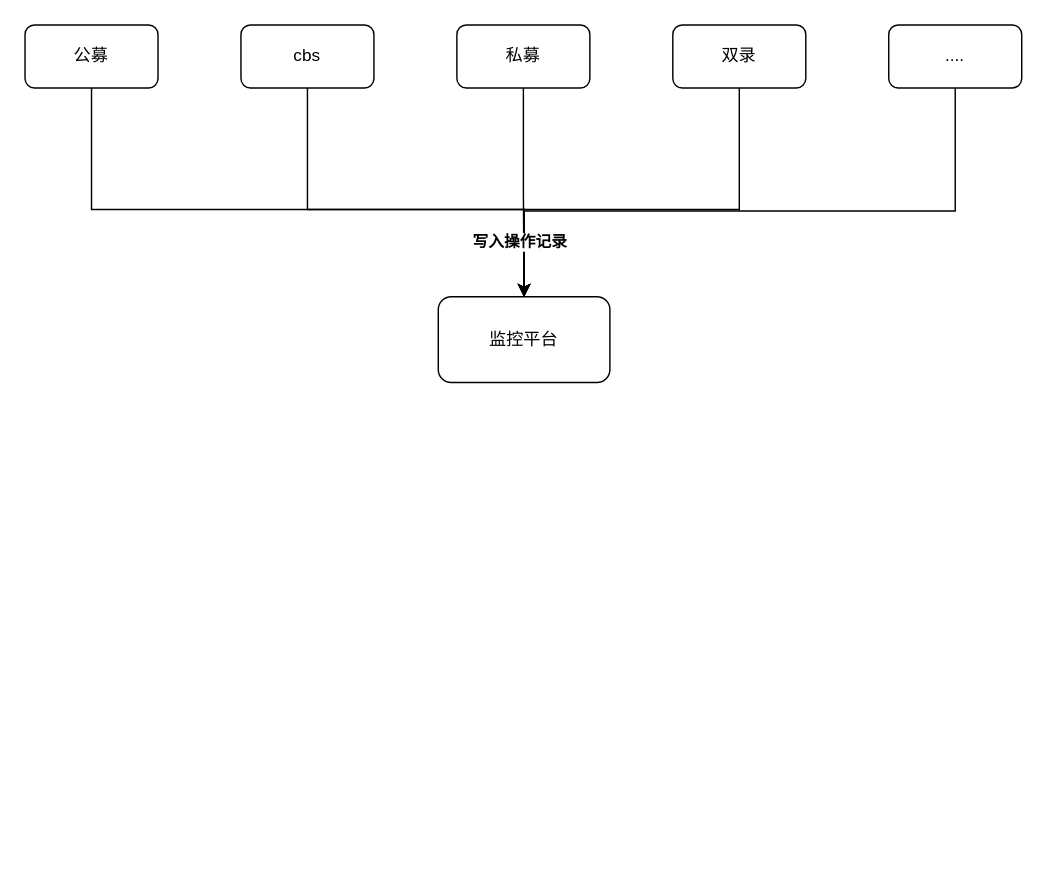
ammengke/my-drawio keeps this draw.io diagram as 云监控平台技术方案.drawio. Above is the earlier version. Source tidied: cells renumbered, new cells numbered last; positions are measured from the earlier drawing's top-left corner, leaving out a move shared by most shapes. Both pictures are drawn from the tidied source at 143%, with x=0, y=0 at pixel (24, 24).
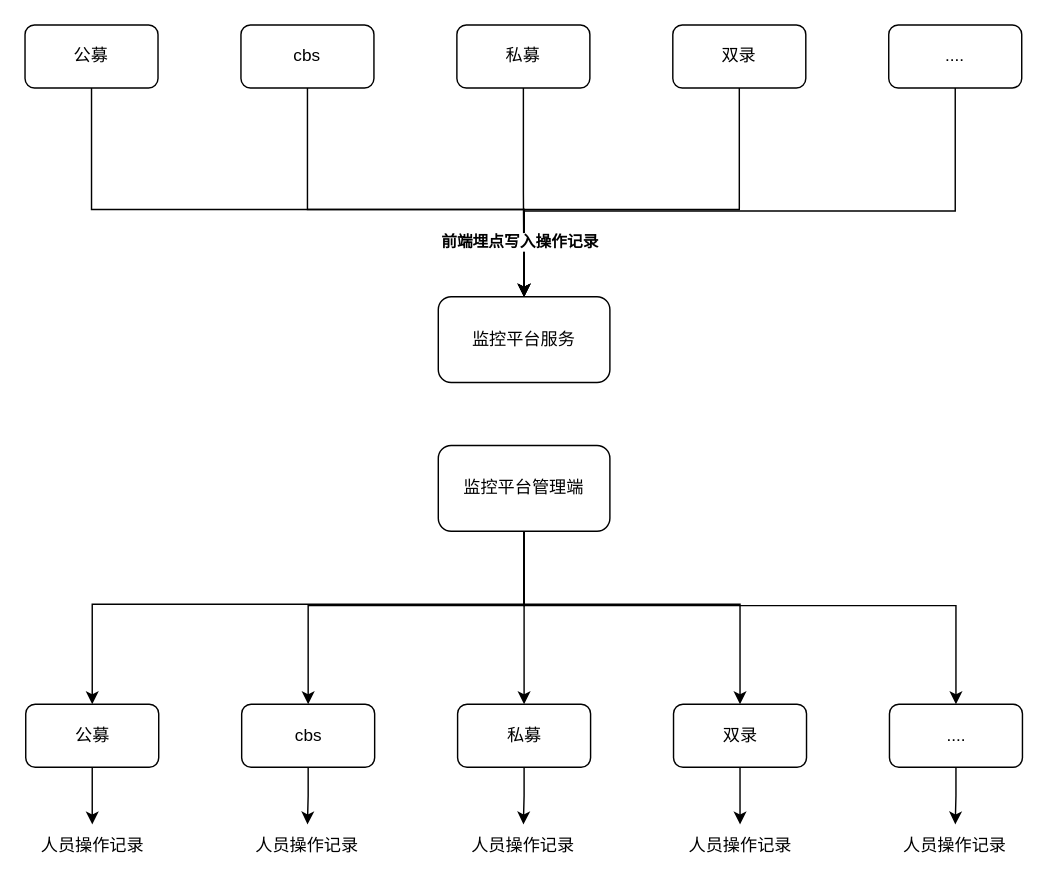
After the change.

Commit message (it also covers changes not shown here):
更新云监控平台技术方案.drawio

Unchanged cells that the change refers to:
```xml
<mxCell id="11" value="...." style="rounded=1;whiteSpace=wrap;html=1;" parent="1" vertex="1">
  <mxGeometry x="604" width="93" height="44" as="geometry" />
</mxCell>
```

The edit, as a diff of the source:
```diff
@@
-    <mxCell id="10" value="写入操作记录" style="edgeStyle=orthogonalEdgeStyle;rounded=0;jettySize=auto;html=1;entryX=0.5;entryY=0;entryDx=0;entryDy=0;fontStyle=1;" parent="1" edge="1" source="11" target="12">
+    <mxCell id="10" value="前端埋点写入操作记录" style="edgeStyle=orthogonalEdgeStyle;rounded=0;jettySize=auto;html=1;entryX=0.5;entryY=0;entryDx=0;entryDy=0;fontStyle=1;" parent="1" edge="1" source="11" target="12">
       <mxGeometry x="0.83" y="-3" relative="1" as="geometry">
         <Array as="points">
           <mxPoint x="651" y="130" />
           <mxPoint x="349" y="130" />
         </Array>
       </mxGeometry>
     </mxCell>
@@
-    <mxCell id="12" value="监控平台" style="rounded=1;whiteSpace=wrap;html=1;" parent="1" vertex="1">
+    <mxCell id="12" value="监控平台服务" style="rounded=1;whiteSpace=wrap;html=1;" parent="1" vertex="1">
       <mxGeometry x="289" y="190" width="120" height="60" as="geometry" />
     </mxCell>
+    <mxCell id="13" style="edgeStyle=orthogonalEdgeStyle;rounded=0;jettySize=auto;html=1;entryX=0.5;entryY=0;entryDx=0;entryDy=0;" parent="1" edge="1" source="18" target="20">
+      <mxGeometry relative="1" as="geometry">
+        <Array as="points">
+          <mxPoint x="349" y="405" />
+          <mxPoint x="47" y="405" />
+        </Array>
+      </mxGeometry>
+    </mxCell>
+    <mxCell id="14" style="edgeStyle=orthogonalEdgeStyle;rounded=0;jettySize=auto;html=1;entryX=0.5;entryY=0;entryDx=0;entryDy=0;" parent="1" edge="1" source="18" target="22">
+      <mxGeometry relative="1" as="geometry">
+        <Array as="points">
+          <mxPoint x="349" y="406" />
+          <mxPoint x="198" y="406" />
+        </Array>
+      </mxGeometry>
+    </mxCell>
+    <mxCell id="15" style="edgeStyle=orthogonalEdgeStyle;rounded=0;jettySize=auto;html=1;entryX=0.5;entryY=0;entryDx=0;entryDy=0;" parent="1" edge="1" source="18" target="24">
+      <mxGeometry relative="1" as="geometry" />
+    </mxCell>
+    <mxCell id="16" style="edgeStyle=orthogonalEdgeStyle;rounded=0;jettySize=auto;html=1;" parent="1" edge="1" source="18" target="26">
+      <mxGeometry relative="1" as="geometry">
+        <Array as="points">
+          <mxPoint x="349" y="405" />
+          <mxPoint x="500" y="405" />
+        </Array>
+      </mxGeometry>
+    </mxCell>
+    <mxCell id="17" style="edgeStyle=orthogonalEdgeStyle;rounded=0;jettySize=auto;html=1;entryX=0.5;entryY=0;entryDx=0;entryDy=0;" parent="1" edge="1" source="18" target="28">
+      <mxGeometry relative="1" as="geometry">
+        <Array as="points">
+          <mxPoint x="349" y="406" />
+          <mxPoint x="651" y="406" />
+        </Array>
+      </mxGeometry>
+    </mxCell>
+    <mxCell id="18" value="监控平台管理端" style="rounded=1;whiteSpace=wrap;html=1;" parent="1" vertex="1">
+      <mxGeometry x="289" y="294" width="120" height="60" as="geometry" />
+    </mxCell>
+    <mxCell id="19" style="edgeStyle=orthogonalEdgeStyle;rounded=0;jettySize=auto;html=1;" parent="1" edge="1" source="20" target="29">
+      <mxGeometry relative="1" as="geometry" />
+    </mxCell>
+    <mxCell id="20" value="公募" style="rounded=1;whiteSpace=wrap;html=1;" parent="1" vertex="1">
+      <mxGeometry x="0.5" y="475" width="93" height="44" as="geometry" />
+    </mxCell>
+    <mxCell id="21" style="edgeStyle=orthogonalEdgeStyle;rounded=0;jettySize=auto;html=1;" parent="1" edge="1" source="22" target="30">
+      <mxGeometry relative="1" as="geometry" />
+    </mxCell>
+    <mxCell id="22" value="cbs" style="rounded=1;whiteSpace=wrap;html=1;" parent="1" vertex="1">
+      <mxGeometry x="151.5" y="475" width="93" height="44" as="geometry" />
+    </mxCell>
+    <mxCell id="23" style="edgeStyle=orthogonalEdgeStyle;rounded=0;jettySize=auto;html=1;" parent="1" edge="1" source="24" target="31">
+      <mxGeometry relative="1" as="geometry" />
+    </mxCell>
+    <mxCell id="24" value="私募" style="rounded=1;whiteSpace=wrap;html=1;" parent="1" vertex="1">
+      <mxGeometry x="302.5" y="475" width="93" height="44" as="geometry" />
+    </mxCell>
+    <mxCell id="25" style="edgeStyle=orthogonalEdgeStyle;rounded=0;jettySize=auto;html=1;" parent="1" edge="1" source="26" target="32">
+      <mxGeometry relative="1" as="geometry" />
+    </mxCell>
+    <mxCell id="26" value="双录" style="rounded=1;whiteSpace=wrap;html=1;" parent="1" vertex="1">
+      <mxGeometry x="453.5" y="475" width="93" height="44" as="geometry" />
+    </mxCell>
+    <mxCell id="27" style="edgeStyle=orthogonalEdgeStyle;rounded=0;jettySize=auto;html=1;" parent="1" edge="1" source="28" target="33">
+      <mxGeometry relative="1" as="geometry" />
+    </mxCell>
+    <mxCell id="28" value="...." style="rounded=1;whiteSpace=wrap;html=1;" parent="1" vertex="1">
+      <mxGeometry x="604.5" y="475" width="93" height="44" as="geometry" />
+    </mxCell>
+    <mxCell id="29" value="人员操作记录" style="text;html=1;strokeColor=none;fillColor=none;align=center;verticalAlign=middle;whiteSpace=wrap;rounded=0;" parent="1" vertex="1">
+      <mxGeometry x="8.5" y="559" width="77" height="30" as="geometry" />
+    </mxCell>
+    <mxCell id="30" value="人员操作记录" style="text;html=1;strokeColor=none;fillColor=none;align=center;verticalAlign=middle;whiteSpace=wrap;rounded=0;" parent="1" vertex="1">
+      <mxGeometry x="159" y="559" width="77" height="30" as="geometry" />
+    </mxCell>
+    <mxCell id="31" value="人员操作记录" style="text;html=1;strokeColor=none;fillColor=none;align=center;verticalAlign=middle;whiteSpace=wrap;rounded=0;" parent="1" vertex="1">
+      <mxGeometry x="310" y="559" width="77" height="30" as="geometry" />
+    </mxCell>
+    <mxCell id="32" value="人员操作记录" style="text;html=1;strokeColor=none;fillColor=none;align=center;verticalAlign=middle;whiteSpace=wrap;rounded=0;" parent="1" vertex="1">
+      <mxGeometry x="461.5" y="559" width="77" height="30" as="geometry" />
+    </mxCell>
+    <mxCell id="33" value="人员操作记录" style="text;html=1;strokeColor=none;fillColor=none;align=center;verticalAlign=middle;whiteSpace=wrap;rounded=0;" parent="1" vertex="1">
+      <mxGeometry x="612" y="559" width="77" height="30" as="geometry" />
+    </mxCell>
```
